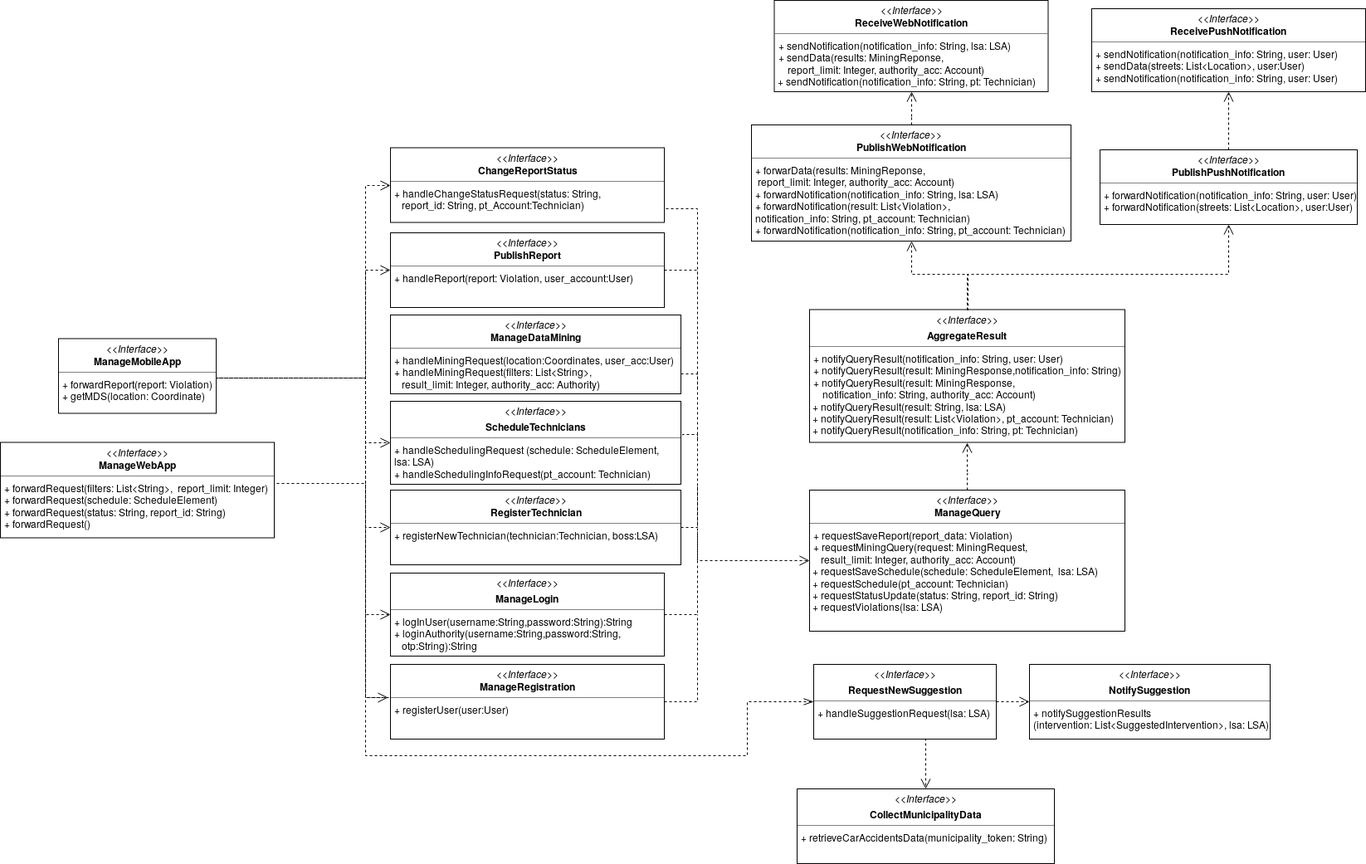
LukeKan/SW2_Project keeps this draw.io diagram as DD/Images/UML_diagrams/interface_diagram_safestreets.png. Above is the earlier version. Source tidied: cells renumbered, new cells last; positions are measured from the earlier drawing's top-left corner, leaving out a move shared by most shapes.
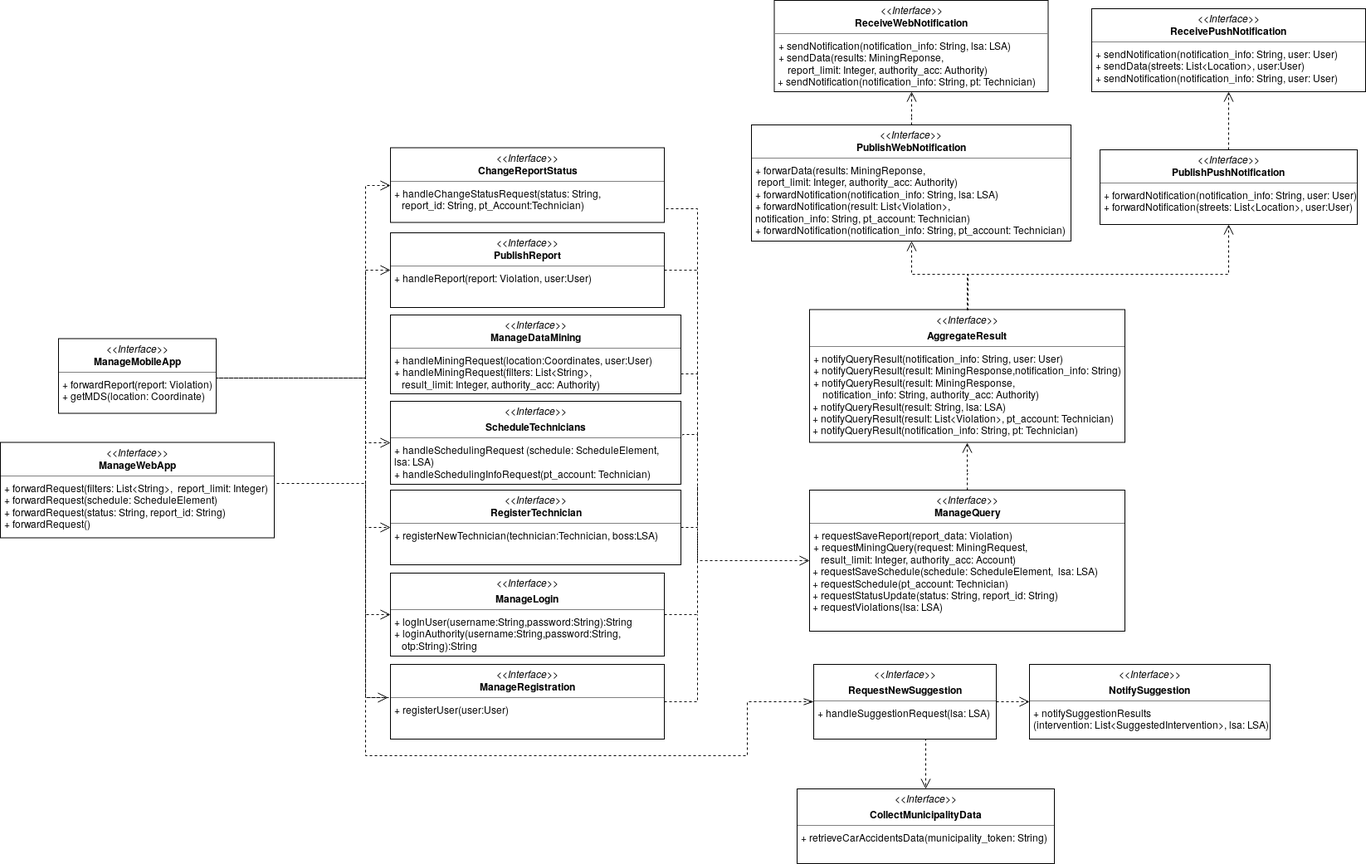
After the commit.

Change to the diagram source:
```diff
@@ -16,13 +16,13 @@
     <mxCell id="4" value="&lt;p style=&quot;margin: 0px ; margin-top: 4px ; text-align: center&quot;&gt;&lt;i&gt;&amp;lt;&amp;lt;Interface&amp;gt;&amp;gt;&lt;/i&gt;&lt;br&gt;&lt;b&gt;ManageWebApp&lt;/b&gt;&lt;/p&gt;&lt;hr size=&quot;1&quot;&gt;&lt;p style=&quot;margin: 0px ; margin-left: 4px&quot;&gt;+ forwardRequest(filters: List&amp;lt;String&amp;gt;,&amp;nbsp;&amp;nbsp;report_limit: Integer)&lt;br&gt;+ forwardRequest(schedule: ScheduleElement)&lt;/p&gt;&lt;p style=&quot;margin: 0px ; margin-left: 4px&quot;&gt;+ forwardRequest(status: String, report_id: String)&lt;/p&gt;&lt;p style=&quot;margin: 0px ; margin-left: 4px&quot;&gt;+ forwardRequest()&lt;/p&gt;" style="verticalAlign=top;align=left;overflow=fill;fontSize=12;fontFamily=Helvetica;html=1;rounded=0;shadow=0;comic=0;labelBackgroundColor=none;strokeWidth=1;" parent="1" vertex="1">
       <mxGeometry y="532.5" width="330" height="115" as="geometry" />
     </mxCell>
-    <mxCell id="5" value="&lt;p style=&quot;margin: 0px ; margin-top: 4px ; text-align: center&quot;&gt;&lt;i&gt;&amp;lt;&amp;lt;Interface&amp;gt;&amp;gt;&lt;/i&gt;&lt;br&gt;&lt;b&gt;PublishReport&lt;/b&gt;&lt;/p&gt;&lt;hr size=&quot;1&quot;&gt;&lt;p style=&quot;margin: 0px ; margin-left: 4px&quot;&gt;+ handleReport(report: Violation, user_account:User)&lt;br&gt;&lt;br&gt;&lt;/p&gt;" style="verticalAlign=top;align=left;overflow=fill;fontSize=12;fontFamily=Helvetica;html=1;rounded=0;shadow=0;comic=0;labelBackgroundColor=none;strokeWidth=1;" parent="1" vertex="1">
+    <mxCell id="5" value="&lt;p style=&quot;margin: 0px ; margin-top: 4px ; text-align: center&quot;&gt;&lt;i&gt;&amp;lt;&amp;lt;Interface&amp;gt;&amp;gt;&lt;/i&gt;&lt;br&gt;&lt;b&gt;PublishReport&lt;/b&gt;&lt;/p&gt;&lt;hr size=&quot;1&quot;&gt;&lt;p style=&quot;margin: 0px ; margin-left: 4px&quot;&gt;+ handleReport(report: Violation, user:User)&lt;br&gt;&lt;br&gt;&lt;/p&gt;" style="verticalAlign=top;align=left;overflow=fill;fontSize=12;fontFamily=Helvetica;html=1;rounded=0;shadow=0;comic=0;labelBackgroundColor=none;strokeWidth=1;" parent="1" vertex="1">
       <mxGeometry x="470" y="280" width="330" height="90" as="geometry" />
     </mxCell>
     <mxCell id="6" value="&lt;p style=&quot;margin: 0px ; margin-top: 4px ; text-align: center&quot;&gt;&lt;i&gt;&amp;lt;&amp;lt;Interface&amp;gt;&amp;gt;&lt;/i&gt;&lt;br&gt;&lt;b&gt;ChangeReportStatus&lt;/b&gt;&lt;/p&gt;&lt;hr size=&quot;1&quot;&gt;&lt;p style=&quot;margin: 0px ; margin-left: 4px&quot;&gt;+ handleChangeStatusRequest(status: String, &lt;br&gt;&lt;/p&gt;&lt;p style=&quot;margin: 0px ; margin-left: 4px&quot;&gt;&amp;nbsp;&amp;nbsp; report_id: String, pt_Account:Technician)&lt;/p&gt;" style="verticalAlign=top;align=left;overflow=fill;fontSize=12;fontFamily=Helvetica;html=1;rounded=0;shadow=0;comic=0;labelBackgroundColor=none;strokeWidth=1;" parent="1" vertex="1">
       <mxGeometry x="470" y="177.5" width="330" height="90" as="geometry" />
     </mxCell>
-    <mxCell id="7" value="&lt;p style=&quot;margin: 0px ; margin-top: 4px ; text-align: center&quot;&gt;&lt;i&gt;&amp;lt;&amp;lt;Interface&amp;gt;&amp;gt;&lt;/i&gt;&lt;br&gt;&lt;b&gt;ManageDataMining&lt;/b&gt;&lt;/p&gt;&lt;hr size=&quot;1&quot;&gt;&lt;p style=&quot;margin: 0px ; margin-left: 4px&quot;&gt;+ handleMiningRequest(location:Coordinates, user_acc:User)&lt;br&gt;+ handleMiningRequest(filters: List&amp;lt;String&amp;gt;,&lt;br&gt;&amp;nbsp;&amp;nbsp; result_limit: Integer, authority_acc: Authority)&lt;/p&gt;&lt;p style=&quot;margin: 0px ; margin-left: 4px&quot;&gt;&lt;br&gt;&lt;/p&gt;" style="verticalAlign=top;align=left;overflow=fill;fontSize=12;fontFamily=Helvetica;html=1;rounded=0;shadow=0;comic=0;labelBackgroundColor=none;strokeWidth=1;" parent="1" vertex="1">
+    <mxCell id="7" value="&lt;p style=&quot;margin: 0px ; margin-top: 4px ; text-align: center&quot;&gt;&lt;i&gt;&amp;lt;&amp;lt;Interface&amp;gt;&amp;gt;&lt;/i&gt;&lt;br&gt;&lt;b&gt;ManageDataMining&lt;/b&gt;&lt;/p&gt;&lt;hr size=&quot;1&quot;&gt;&lt;p style=&quot;margin: 0px ; margin-left: 4px&quot;&gt;+ handleMiningRequest(location:Coordinates, user:User)&lt;br&gt;+ handleMiningRequest(filters: List&amp;lt;String&amp;gt;,&lt;br&gt;&amp;nbsp;&amp;nbsp; result_limit: Integer, authority_acc: Authority)&lt;/p&gt;&lt;p style=&quot;margin: 0px ; margin-left: 4px&quot;&gt;&lt;br&gt;&lt;/p&gt;" style="verticalAlign=top;align=left;overflow=fill;fontSize=12;fontFamily=Helvetica;html=1;rounded=0;shadow=0;comic=0;labelBackgroundColor=none;strokeWidth=1;" parent="1" vertex="1">
       <mxGeometry x="470" y="379" width="350" height="95" as="geometry" />
     </mxCell>
     <mxCell id="8" value="&lt;p style=&quot;margin: 0px ; margin-top: 4px ; text-align: center&quot;&gt;&lt;i&gt;&amp;lt;&amp;lt;Interface&amp;gt;&amp;gt;&lt;/i&gt;&lt;/p&gt;&lt;p style=&quot;margin: 0px ; margin-top: 4px ; text-align: center&quot;&gt;&lt;b&gt;ScheduleTechnicians&lt;/b&gt;&lt;br&gt;&lt;/p&gt;&lt;hr size=&quot;1&quot;&gt;&lt;p style=&quot;margin: 0px ; margin-left: 4px&quot;&gt;+ handleSchedulingRequest (schedule: ScheduleElement, &lt;br&gt;&lt;/p&gt;&lt;p style=&quot;margin: 0px ; margin-left: 4px&quot;&gt;lsa: LSA)&lt;/p&gt;&lt;p style=&quot;margin: 0px ; margin-left: 4px&quot;&gt;+ handleSchedulingInfoRequest(pt_account: Technician)&lt;/p&gt;" style="verticalAlign=top;align=left;overflow=fill;fontSize=12;fontFamily=Helvetica;html=1;rounded=0;shadow=0;comic=0;labelBackgroundColor=none;strokeWidth=1;" parent="1" vertex="1">
@@ -34,7 +34,7 @@
     <mxCell id="10" value="&lt;p style=&quot;margin: 0px ; margin-top: 4px ; text-align: center&quot;&gt;&lt;i&gt;&amp;lt;&amp;lt;Interface&amp;gt;&amp;gt;&lt;/i&gt;&lt;br&gt;&lt;b&gt;ReceivePushNotification&lt;/b&gt;&lt;br&gt;&lt;/p&gt;&lt;hr size=&quot;1&quot;&gt;&lt;p style=&quot;margin: 0px ; margin-left: 4px&quot;&gt;+ sendNotification(notification_info: String, user: User)&lt;br&gt;+ sendData(streets: List&amp;lt;Location&amp;gt;, user:User)&lt;/p&gt;&lt;p style=&quot;margin: 0px ; margin-left: 4px&quot;&gt;+ sendNotification(notification_info: String, user: User)&lt;/p&gt;" style="verticalAlign=top;align=left;overflow=fill;fontSize=12;fontFamily=Helvetica;html=1;rounded=0;shadow=0;comic=0;labelBackgroundColor=none;strokeWidth=1;" parent="1" vertex="1">
       <mxGeometry x="1315" y="10" width="330" height="100" as="geometry" />
     </mxCell>
-    <mxCell id="11" value="&lt;p style=&quot;margin: 0px ; margin-top: 4px ; text-align: center&quot;&gt;&lt;i&gt;&amp;lt;&amp;lt;Interface&amp;gt;&amp;gt;&lt;/i&gt;&lt;br&gt;&lt;b&gt;ReceiveWebNotification&lt;/b&gt;&lt;br&gt;&lt;/p&gt;&lt;hr size=&quot;1&quot;&gt;&lt;p style=&quot;margin: 0px ; margin-left: 4px&quot;&gt;+ sendNotification(notification_info: String, lsa: LSA)&lt;/p&gt;&lt;p style=&quot;margin: 0px ; margin-left: 4px&quot;&gt;+ sendData(results: MiningReponse, &lt;br&gt;&lt;/p&gt;&lt;div&gt;&amp;nbsp; &amp;nbsp;&amp;nbsp; report_limit: Integer, authority_acc: Account)&lt;/div&gt;&lt;div&gt;&amp;nbsp;+ sendNotification(notification_info: String, pt: Technician)&lt;/div&gt;" style="verticalAlign=top;align=left;overflow=fill;fontSize=12;fontFamily=Helvetica;html=1;rounded=0;shadow=0;comic=0;labelBackgroundColor=none;strokeWidth=1;" parent="1" vertex="1">
+    <mxCell id="11" value="&lt;p style=&quot;margin: 0px ; margin-top: 4px ; text-align: center&quot;&gt;&lt;i&gt;&amp;lt;&amp;lt;Interface&amp;gt;&amp;gt;&lt;/i&gt;&lt;br&gt;&lt;b&gt;ReceiveWebNotification&lt;/b&gt;&lt;br&gt;&lt;/p&gt;&lt;hr size=&quot;1&quot;&gt;&lt;p style=&quot;margin: 0px ; margin-left: 4px&quot;&gt;+ sendNotification(notification_info: String, lsa: LSA)&lt;/p&gt;&lt;p style=&quot;margin: 0px ; margin-left: 4px&quot;&gt;+ sendData(results: MiningReponse, &lt;br&gt;&lt;/p&gt;&lt;div&gt;&amp;nbsp; &amp;nbsp;&amp;nbsp; report_limit: Integer, authority_acc: Authority)&lt;/div&gt;&lt;div&gt;&amp;nbsp;+ sendNotification(notification_info: String, pt: Technician)&lt;/div&gt;" style="verticalAlign=top;align=left;overflow=fill;fontSize=12;fontFamily=Helvetica;html=1;rounded=0;shadow=0;comic=0;labelBackgroundColor=none;strokeWidth=1;" parent="1" vertex="1">
       <mxGeometry x="932.5" width="330" height="110" as="geometry" />
     </mxCell>
     <mxCell id="12" value="&lt;p style=&quot;margin: 0px ; margin-top: 4px ; text-align: center&quot;&gt;&lt;i&gt;&amp;lt;&amp;lt;Interface&amp;gt;&amp;gt;&lt;/i&gt;&lt;/p&gt;&lt;p style=&quot;margin: 0px ; margin-top: 4px ; text-align: center&quot;&gt;&lt;b&gt;ManageLogin&lt;/b&gt;&lt;br&gt;&lt;/p&gt;&lt;hr size=&quot;1&quot;&gt;&lt;p style=&quot;margin: 0px ; margin-left: 4px&quot;&gt;+ logInUser(username:String,password:String):String&lt;/p&gt;&lt;p style=&quot;margin: 0px ; margin-left: 4px&quot;&gt;+ loginAuthority(username:String,password:String,&lt;/p&gt;&lt;p style=&quot;margin: 0px ; margin-left: 4px&quot;&gt;&amp;nbsp;&amp;nbsp; otp:String):String&lt;br&gt;&lt;/p&gt;" style="verticalAlign=top;align=left;overflow=fill;fontSize=12;fontFamily=Helvetica;html=1;rounded=0;shadow=0;comic=0;labelBackgroundColor=none;strokeWidth=1;" parent="1" vertex="1">
@@ -43,7 +43,7 @@
     <mxCell id="13" value="&lt;p style=&quot;margin: 0px ; margin-top: 4px ; text-align: center&quot;&gt;&lt;i&gt;&amp;lt;&amp;lt;Interface&amp;gt;&amp;gt;&lt;/i&gt;&lt;br&gt;&lt;b&gt;ManageRegistration&lt;/b&gt;&lt;/p&gt;&lt;hr size=&quot;1&quot;&gt;&lt;p style=&quot;margin: 0px ; margin-left: 4px&quot;&gt;+ registerUser(user:User)&lt;br&gt;&lt;/p&gt;" style="verticalAlign=top;align=left;overflow=fill;fontSize=12;fontFamily=Helvetica;html=1;rounded=0;shadow=0;comic=0;labelBackgroundColor=none;strokeWidth=1;" parent="1" vertex="1">
       <mxGeometry x="470" y="800" width="330" height="90" as="geometry" />
     </mxCell>
-    <mxCell id="14" value="&lt;p style=&quot;margin: 0px ; margin-top: 4px ; text-align: center&quot;&gt;&lt;i&gt;&amp;lt;&amp;lt;Interface&amp;gt;&amp;gt;&lt;/i&gt;&lt;/p&gt;&lt;p style=&quot;margin: 0px ; margin-top: 4px ; text-align: center&quot;&gt;&lt;b&gt;AggregateResult&lt;/b&gt;&lt;br&gt;&lt;/p&gt;&lt;hr size=&quot;1&quot;&gt;&lt;p style=&quot;margin: 0px ; margin-left: 4px&quot;&gt;+ notifyQueryResult(notification_info: String, user: User)&lt;/p&gt;&lt;p style=&quot;margin: 0px ; margin-left: 4px&quot;&gt;+ notifyQueryResult(result: MiningResponse,notification_info: String)&lt;br&gt;+ notifyQueryResult(result: MiningResponse,&lt;br&gt;&lt;/p&gt;&lt;div&gt;&amp;nbsp;&amp;nbsp;&amp;nbsp;&amp;nbsp; notification_info: String, authority_acc: Account)&lt;/div&gt;&lt;div&gt;&amp;nbsp;+ notifyQueryResult(result: String, lsa: LSA)&lt;/div&gt;&lt;div&gt;&amp;nbsp;+ notifyQueryResult(result: List&amp;lt;Violation&amp;gt;, pt_account: Technician)&lt;/div&gt;&lt;div&gt;&amp;nbsp;+ notifyQueryResult(notification_info: String, pt: Technician)&lt;/div&gt;" style="verticalAlign=top;align=left;overflow=fill;fontSize=12;fontFamily=Helvetica;html=1;rounded=0;shadow=0;comic=0;labelBackgroundColor=none;strokeWidth=1;" parent="1" vertex="1">
+    <mxCell id="14" value="&lt;p style=&quot;margin: 0px ; margin-top: 4px ; text-align: center&quot;&gt;&lt;i&gt;&amp;lt;&amp;lt;Interface&amp;gt;&amp;gt;&lt;/i&gt;&lt;/p&gt;&lt;p style=&quot;margin: 0px ; margin-top: 4px ; text-align: center&quot;&gt;&lt;b&gt;AggregateResult&lt;/b&gt;&lt;br&gt;&lt;/p&gt;&lt;hr size=&quot;1&quot;&gt;&lt;p style=&quot;margin: 0px ; margin-left: 4px&quot;&gt;+ notifyQueryResult(notification_info: String, user: User)&lt;/p&gt;&lt;p style=&quot;margin: 0px ; margin-left: 4px&quot;&gt;+ notifyQueryResult(result: MiningResponse,notification_info: String)&lt;br&gt;+ notifyQueryResult(result: MiningResponse,&lt;br&gt;&lt;/p&gt;&lt;div&gt;&amp;nbsp;&amp;nbsp;&amp;nbsp;&amp;nbsp; notification_info: String, authority_acc: Authority)&lt;/div&gt;&lt;div&gt;&amp;nbsp;+ notifyQueryResult(result: String, lsa: LSA)&lt;/div&gt;&lt;div&gt;&amp;nbsp;+ notifyQueryResult(result: List&amp;lt;Violation&amp;gt;, pt_account: Technician)&lt;/div&gt;&lt;div&gt;&amp;nbsp;+ notifyQueryResult(notification_info: String, pt: Technician)&lt;/div&gt;" style="verticalAlign=top;align=left;overflow=fill;fontSize=12;fontFamily=Helvetica;html=1;rounded=0;shadow=0;comic=0;labelBackgroundColor=none;strokeWidth=1;" parent="1" vertex="1">
       <mxGeometry x="975" y="372.5" width="380" height="160" as="geometry" />
     </mxCell>
     <mxCell id="15" value="&lt;p style=&quot;margin: 0px ; margin-top: 4px ; text-align: center&quot;&gt;&lt;i&gt;&amp;lt;&amp;lt;Interface&amp;gt;&amp;gt;&lt;/i&gt;&lt;br&gt;&lt;b&gt;ManageQuery&lt;/b&gt;&lt;/p&gt;&lt;hr size=&quot;1&quot;&gt;&lt;p style=&quot;margin: 0px ; margin-left: 4px&quot;&gt;+ requestSaveReport(report_data: Violation)&lt;/p&gt;&lt;p style=&quot;margin: 0px ; margin-left: 4px&quot;&gt;+ requestMiningQuery(request: MiningRequest, &lt;br&gt;&lt;/p&gt;&lt;p style=&quot;margin: 0px ; margin-left: 4px&quot;&gt;&amp;nbsp;&amp;nbsp; result_limit: Integer, authority_acc: Account)&lt;/p&gt;&lt;div&gt;&amp;nbsp;+ requestSaveSchedule(schedule: ScheduleElement,&amp;nbsp;&amp;nbsp;lsa: LSA)&lt;/div&gt;&lt;div&gt;&amp;nbsp;+ requestSchedule(pt_account: Technician)&lt;/div&gt;&lt;div&gt;&amp;nbsp;+ requestStatusUpdate(status: String, report_id: String)&lt;/div&gt;&lt;div&gt;&amp;nbsp;+ requestViolations(lsa: LSA)&lt;/div&gt;" style="verticalAlign=top;align=left;overflow=fill;fontSize=12;fontFamily=Helvetica;html=1;rounded=0;shadow=0;comic=0;labelBackgroundColor=none;strokeWidth=1;" parent="1" vertex="1">
@@ -61,7 +61,7 @@
     <mxCell id="19" value="&lt;p style=&quot;margin: 0px ; margin-top: 4px ; text-align: center&quot;&gt;&lt;i&gt;&amp;lt;&amp;lt;Interface&amp;gt;&amp;gt;&lt;/i&gt;&lt;br&gt;&lt;b&gt;PublishPushNotification&lt;/b&gt;&lt;br&gt;&lt;/p&gt;&lt;hr size=&quot;1&quot;&gt;&lt;p style=&quot;margin: 0px ; margin-left: 4px&quot;&gt;+ forwardNotification(notification_info: String, user: User)&lt;br&gt;+ forwardNotification(streets: List&amp;lt;Location&amp;gt;, user:User)&lt;/p&gt;" style="verticalAlign=top;align=left;overflow=fill;fontSize=12;fontFamily=Helvetica;html=1;rounded=0;shadow=0;comic=0;labelBackgroundColor=none;strokeWidth=1;" parent="1" vertex="1">
       <mxGeometry x="1325" y="180" width="310" height="90" as="geometry" />
     </mxCell>
-    <mxCell id="20" value="&lt;p style=&quot;margin: 0px ; margin-top: 4px ; text-align: center&quot;&gt;&lt;i&gt;&amp;lt;&amp;lt;Interface&amp;gt;&amp;gt;&lt;/i&gt;&lt;br&gt;&lt;b&gt;PublishWebNotification&lt;/b&gt;&lt;br&gt;&lt;/p&gt;&lt;hr size=&quot;1&quot;&gt;&lt;p style=&quot;margin: 0px ; margin-left: 4px&quot;&gt;+ forwarData(results: MiningReponse,&lt;br&gt;&amp;nbsp;report_limit: Integer, authority_acc: Account)&lt;br&gt;+ forwardNotification(notification_info: String, lsa: LSA)&lt;/p&gt;&lt;p style=&quot;margin: 0px ; margin-left: 4px&quot;&gt;+ forwardNotification(result: List&amp;lt;Violation&amp;gt;,&lt;br&gt;notification_info: String, pt_account: Technician)&lt;/p&gt;&lt;p style=&quot;margin: 0px ; margin-left: 4px&quot;&gt;+ forwardNotification(notification_info: String, pt_account: Technician)&lt;/p&gt;" style="verticalAlign=top;align=left;overflow=fill;fontSize=12;fontFamily=Helvetica;html=1;rounded=0;shadow=0;comic=0;labelBackgroundColor=none;strokeWidth=1;" parent="1" vertex="1">
+    <mxCell id="20" value="&lt;p style=&quot;margin: 0px ; margin-top: 4px ; text-align: center&quot;&gt;&lt;i&gt;&amp;lt;&amp;lt;Interface&amp;gt;&amp;gt;&lt;/i&gt;&lt;br&gt;&lt;b&gt;PublishWebNotification&lt;/b&gt;&lt;br&gt;&lt;/p&gt;&lt;hr size=&quot;1&quot;&gt;&lt;p style=&quot;margin: 0px ; margin-left: 4px&quot;&gt;+ forwarData(results: MiningReponse,&lt;br&gt;&amp;nbsp;report_limit: Integer, authority_acc: Authority)&lt;br&gt;+ forwardNotification(notification_info: String, lsa: LSA)&lt;/p&gt;&lt;p style=&quot;margin: 0px ; margin-left: 4px&quot;&gt;+ forwardNotification(result: List&amp;lt;Violation&amp;gt;,&lt;br&gt;notification_info: String, pt_account: Technician)&lt;/p&gt;&lt;p style=&quot;margin: 0px ; margin-left: 4px&quot;&gt;+ forwardNotification(notification_info: String, pt_account: Technician)&lt;/p&gt;" style="verticalAlign=top;align=left;overflow=fill;fontSize=12;fontFamily=Helvetica;html=1;rounded=0;shadow=0;comic=0;labelBackgroundColor=none;strokeWidth=1;" parent="1" vertex="1">
       <mxGeometry x="905" y="150" width="385" height="140" as="geometry" />
     </mxCell>
     <mxCell id="21" style="edgeStyle=orthogonalEdgeStyle;rounded=0;html=1;dashed=1;labelBackgroundColor=none;startFill=0;endArrow=open;endFill=0;endSize=10;fontFamily=Verdana;fontSize=10;entryX=0;entryY=0.5;entryDx=0;entryDy=0;exitX=1;exitY=0.5;exitDx=0;exitDy=0;" parent="1" edge="1" source="3" target="5">
```
